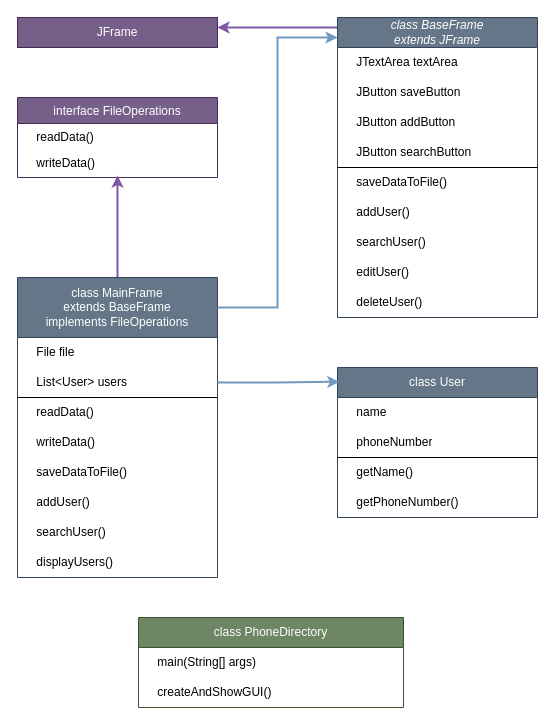
Above: OOP-PhoneDirectory-UMLDiagram.drawio in borzach/OOP_PhoneDirectory (draw.io), before the change. Source tidied: cells renumbered, new cells numbered last; positions are measured from the earlier drawing's top-left corner, leaving out a move shared by most shapes. Both pictures are drawn from the tidied source at 100%, with x=0, y=0 at pixel (17, 17).
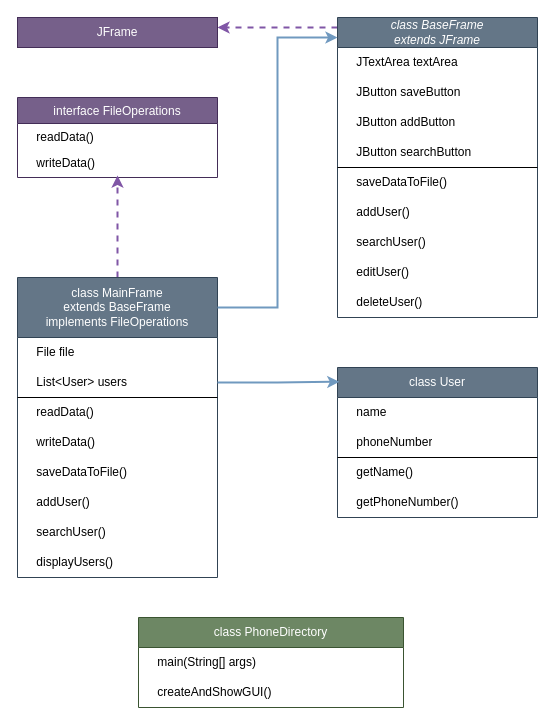
Above is the later version.

Commit message (it also covers changes not shown here):
update uml diagram

The change refers to these unchanged cells:
```xml
<mxCell id="4" value="    writeData()" style="text;align=left;verticalAlign=top;spacingLeft=4;spacingRight=4;overflow=hidden;points=[[0,0.5],[1,0.5]];portConstraint=eastwest;" parent="2" vertex="1">
  <mxGeometry y="52" width="200" height="26" as="geometry" />
</mxCell>
<mxCell id="12" value="&lt;div&gt;&lt;i&gt;class BaseFrame &lt;br&gt;&lt;/i&gt;&lt;/div&gt;&lt;div&gt;&lt;i&gt;extends JFrame&lt;/i&gt;&lt;/div&gt;" style="swimlane;fontStyle=0;horizontal=1;startSize=30;whiteSpace=wrap;html=1;fillColor=#647687;fontColor=#ffffff;strokeColor=#314354;" parent="1" vertex="1">
  <mxGeometry x="320" width="200" height="300" as="geometry" />
</mxCell>
<mxCell id="24" value="&lt;div&gt;class MainFrame &lt;br&gt;&lt;/div&gt;&lt;div&gt;extends BaseFrame &lt;br&gt;&lt;/div&gt;&lt;div&gt;implements FileOperations&lt;/div&gt;" style="swimlane;fontStyle=0;horizontal=1;startSize=60;whiteSpace=wrap;html=1;fillColor=#647687;fontColor=#ffffff;strokeColor=#314354;" parent="1" vertex="1">
  <mxGeometry y="260" width="200" height="300" as="geometry" />
</mxCell>
<mxCell id="38" value="JFrame" style="rounded=0;whiteSpace=wrap;html=1;fillColor=#76608a;fontColor=#ffffff;strokeColor=#432D57;" parent="1" vertex="1">
  <mxGeometry width="200" height="30" as="geometry" />
</mxCell>
```

Change to the diagram source:
```diff
@@
-    <mxCell id="11" style="edgeStyle=orthogonalEdgeStyle;rounded=0;jettySize=auto;html=1;fillColor=#76608a;strokeColor=#8056A6;strokeWidth=2;" parent="1" edge="1" source="12" target="38">
+    <mxCell id="11" style="edgeStyle=orthogonalEdgeStyle;rounded=0;jettySize=auto;html=1;fillColor=#76608a;strokeColor=#8056A6;strokeWidth=2;dashed=1;" parent="1" edge="1" source="12" target="38">
       <mxGeometry relative="1" as="geometry">
         <Array as="points">
           <mxPoint x="220" y="10" />
           <mxPoint x="220" y="10" />
         </Array>
       </mxGeometry>
     </mxCell>
@@
-    <mxCell id="23" style="edgeStyle=orthogonalEdgeStyle;rounded=0;jettySize=auto;html=1;fillColor=#76608a;strokeColor=#8056A6;strokeWidth=2;" parent="1" edge="1" source="24" target="4">
+    <mxCell id="23" style="edgeStyle=orthogonalEdgeStyle;rounded=0;jettySize=auto;html=1;fillColor=#76608a;strokeColor=#8056A6;strokeWidth=2;dashed=1;" parent="1" edge="1" source="24" target="4">
       <mxGeometry relative="1" as="geometry">
         <Array as="points">
           <mxPoint x="100" y="210" />
           <mxPoint x="100" y="210" />
         </Array>
       </mxGeometry>
     </mxCell>
```
